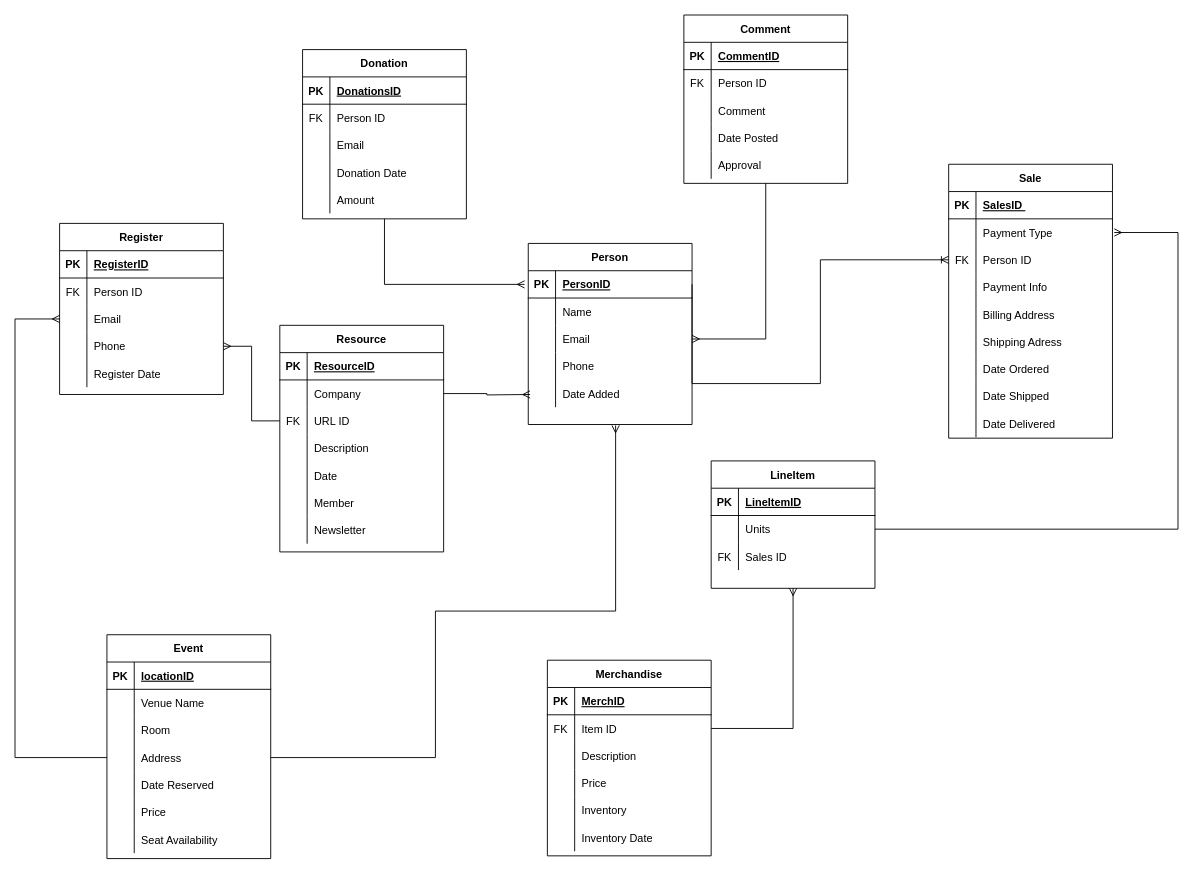
SemharGezai/Database- keeps this draw.io diagram as Climate Change Draft .drawio. Above is the earlier version. Source tidied: cells renumbered, new cells numbered last; positions are measured from the earlier drawing's top-left corner, leaving out a move shared by most shapes. Both pictures are drawn from the tidied source at 91%, with x=0, y=0 at pixel (15, 15).
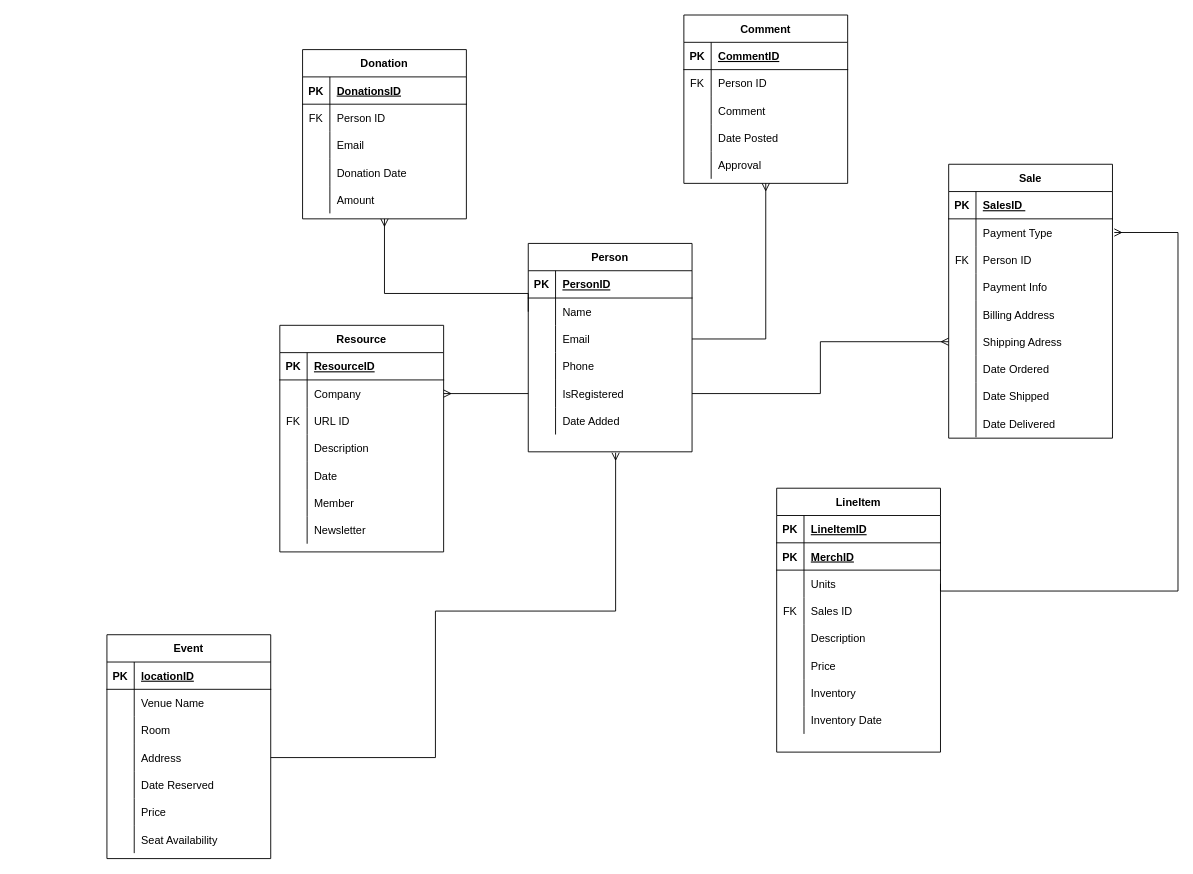
Above is the later version.

Unchanged cells that the change refers to:
```xml
<mxCell id="9" style="shape=tableRow;horizontal=0;startSize=0;swimlaneHead=0;swimlaneBody=0;fillColor=none;points=[[0,0.5],[1,0.5]];portConstraint=eastwest;top=0;left=0;right=0;bottom=0;" parent="2" vertex="1">
  <mxGeometry y="90" width="180" height="30" as="geometry" />
</mxCell>
<mxCell id="18" style="shape=tableRow;horizontal=0;startSize=0;swimlaneHead=0;swimlaneBody=0;fillColor=none;points=[[0,0.5],[1,0.5]];portConstraint=eastwest;top=0;left=0;right=0;bottom=0;" parent="2" vertex="1">
  <mxGeometry y="180" width="180" height="30" as="geometry" />
</mxCell>
<mxCell id="31" style="shape=tableRow;horizontal=0;startSize=0;swimlaneHead=0;swimlaneBody=0;fillColor=none;points=[[0,0.5],[1,0.5]];portConstraint=eastwest;top=0;left=0;right=0;bottom=1;strokeWidth=1;" parent="30" vertex="1">
  <mxGeometry y="30" width="180" height="30" as="geometry" />
</mxCell>
<mxCell id="34" style="shape=tableRow;horizontal=0;startSize=0;swimlaneHead=0;swimlaneBody=0;fillColor=none;points=[[0,0.5],[1,0.5]];portConstraint=eastwest;top=0;left=0;right=0;bottom=0;strokeWidth=1;" parent="30" vertex="1">
  <mxGeometry y="60" width="180" height="30" as="geometry" />
</mxCell>
<mxCell id="37" style="shape=tableRow;horizontal=0;startSize=0;swimlaneHead=0;swimlaneBody=0;fillColor=none;points=[[0,0.5],[1,0.5]];portConstraint=eastwest;top=0;left=0;right=0;bottom=0;strokeWidth=1;" parent="30" vertex="1">
  <mxGeometry y="90" width="180" height="30" as="geometry" />
</mxCell>
<mxCell id="46" value="Donation" style="shape=table;startSize=30;childLayout=tableLayout;rowLines=0;fontStyle=1;align=center;strokeWidth=1;" parent="1" vertex="1">
  <mxGeometry x="316" y="38" width="180" height="186" as="geometry" />
</mxCell>
<mxCell id="79" value="Comment" style="shape=table;startSize=30;childLayout=tableLayout;rowLines=0;fontStyle=1;align=center;strokeWidth=1;" parent="1" vertex="1">
  <mxGeometry x="735" width="180" height="185" as="geometry" />
</mxCell>
<mxCell id="99" style="shape=tableRow;horizontal=0;startSize=0;swimlaneHead=0;swimlaneBody=0;fillColor=none;points=[[0,0.5],[1,0.5]];portConstraint=eastwest;top=0;left=0;right=0;bottom=0;strokeWidth=1;" parent="95" vertex="1">
  <mxGeometry y="60" width="180" height="30" as="geometry" />
</mxCell>
<mxCell id="102" style="shape=tableRow;horizontal=0;startSize=0;swimlaneHead=0;swimlaneBody=0;fillColor=none;points=[[0,0.5],[1,0.5]];portConstraint=eastwest;top=0;left=0;right=0;bottom=0;strokeWidth=1;" parent="95" vertex="1">
  <mxGeometry y="90" width="180" height="30" as="geometry" />
</mxCell>
<mxCell id="127" style="shape=tableRow;horizontal=0;startSize=0;swimlaneHead=0;swimlaneBody=0;fillColor=none;points=[[0,0.5],[1,0.5]];portConstraint=eastwest;top=0;left=0;right=0;bottom=0;strokeWidth=1;" parent="117" vertex="1">
  <mxGeometry y="120" width="180" height="30" as="geometry" />
</mxCell>
```

The edit, as a diff of the source:
```diff
@@
     <mxCell id="30" value="Person" style="shape=table;startSize=30;childLayout=tableLayout;rowLines=0;fontStyle=1;align=center;strokeWidth=1;" parent="1" vertex="1">
-      <mxGeometry x="564" y="251" width="180" height="199" as="geometry" />
+      <mxGeometry x="564" y="251" width="180" height="229" as="geometry" />
     </mxCell>
@@
+    <mxCell id="75" style="shape=tableRow;horizontal=0;startSize=0;swimlaneHead=0;swimlaneBody=0;fillColor=none;points=[[0,0.5],[1,0.5]];portConstraint=eastwest;top=0;left=0;right=0;bottom=0;" parent="30" vertex="1">
+      <mxGeometry y="150" width="180" height="30" as="geometry" />
+    </mxCell>
+    <mxCell id="76" style="shape=partialRectangle;fillColor=none;top=0;left=0;bottom=0;right=0;overflow=hidden;" parent="75" vertex="1">
+      <mxGeometry width="30" height="30" as="geometry" />
+    </mxCell>
+    <mxCell id="177" value="IsRegistered" style="shape=partialRectangle;fillColor=none;top=0;left=0;bottom=0;right=0;align=left;spacingLeft=6;overflow=hidden;" parent="75" vertex="1">
+      <mxGeometry x="30" width="150" height="30" as="geometry" />
+    </mxCell>
     <mxCell id="43" style="shape=tableRow;horizontal=0;startSize=0;swimlaneHead=0;swimlaneBody=0;fillColor=none;top=0;left=0;right=0;bottom=0;" parent="30" vertex="1">
-      <mxGeometry y="150" width="180" height="30" as="geometry" />
+      <mxGeometry y="180" width="180" height="30" as="geometry" />
     </mxCell>
@@
-    <mxCell id="62" value="Register" style="shape=table;startSize=30;childLayout=tableLayout;rowLines=0;fontStyle=1;align=center;strokeWidth=1;" parent="1" vertex="1">
-      <mxGeometry x="49" y="229" width="180" height="188" as="geometry" />
-    </mxCell>
-    <mxCell id="63" style="shape=tableRow;horizontal=0;startSize=0;swimlaneHead=0;swimlaneBody=0;fillColor=none;top=0;left=0;right=0;bottom=1;strokeWidth=1;" parent="62" vertex="1">
-      <mxGeometry y="30" width="180" height="30" as="geometry" />
-    </mxCell>
-    <mxCell id="64" value="PK" style="shape=partialRectangle;fillColor=none;top=0;left=0;bottom=0;right=0;fontStyle=1;overflow=hidden;strokeWidth=1;" parent="63" vertex="1">
-      <mxGeometry width="30" height="30" as="geometry" />
-    </mxCell>
-    <mxCell id="65" value="RegisterID" style="shape=partialRectangle;fillColor=none;top=0;left=0;bottom=0;right=0;align=left;spacingLeft=6;fontStyle=5;overflow=hidden;strokeWidth=1;" parent="63" vertex="1">
-      <mxGeometry x="30" width="150" height="30" as="geometry" />
-    </mxCell>
-    <mxCell id="66" style="shape=tableRow;horizontal=0;startSize=0;swimlaneHead=0;swimlaneBody=0;fillColor=none;top=0;left=0;right=0;bottom=0;strokeWidth=1;" parent="62" vertex="1">
-      <mxGeometry y="60" width="180" height="30" as="geometry" />
-    </mxCell>
-    <mxCell id="67" value="FK" style="shape=partialRectangle;fillColor=none;top=0;left=0;bottom=0;right=0;overflow=hidden;strokeWidth=1;" parent="66" vertex="1">
-      <mxGeometry width="30" height="30" as="geometry" />
-    </mxCell>
-    <mxCell id="68" value="Person ID" style="shape=partialRectangle;fillColor=none;top=0;left=0;bottom=0;right=0;align=left;spacingLeft=6;overflow=hidden;strokeWidth=1;" parent="66" vertex="1">
-      <mxGeometry x="30" width="150" height="30" as="geometry" />
-    </mxCell>
-    <mxCell id="69" style="shape=tableRow;horizontal=0;startSize=0;swimlaneHead=0;swimlaneBody=0;fillColor=none;points=[[0,0.5],[1,0.5]];portConstraint=eastwest;top=0;left=0;right=0;bottom=0;strokeWidth=1;" parent="62" vertex="1">
-      <mxGeometry y="90" width="180" height="30" as="geometry" />
-    </mxCell>
-    <mxCell id="70" style="shape=partialRectangle;fillColor=none;top=0;left=0;bottom=0;right=0;overflow=hidden;strokeWidth=1;" parent="69" vertex="1">
-      <mxGeometry width="30" height="30" as="geometry" />
-    </mxCell>
-    <mxCell id="71" value="Email" style="shape=partialRectangle;fillColor=none;top=0;left=0;bottom=0;right=0;align=left;spacingLeft=6;overflow=hidden;strokeWidth=1;" parent="69" vertex="1">
-      <mxGeometry x="30" width="150" height="30" as="geometry" />
-    </mxCell>
-    <mxCell id="72" style="shape=tableRow;horizontal=0;startSize=0;swimlaneHead=0;swimlaneBody=0;fillColor=none;points=[[0,0.5],[1,0.5]];portConstraint=eastwest;top=0;left=0;right=0;bottom=0;strokeWidth=1;" parent="62" vertex="1">
-      <mxGeometry y="120" width="180" height="30" as="geometry" />
-    </mxCell>
-    <mxCell id="73" style="shape=partialRectangle;fillColor=none;top=0;left=0;bottom=0;right=0;overflow=hidden;strokeWidth=1;" parent="72" vertex="1">
-      <mxGeometry width="30" height="30" as="geometry" />
-    </mxCell>
-    <mxCell id="74" value="Phone" style="shape=partialRectangle;fillColor=none;top=0;left=0;bottom=0;right=0;align=left;spacingLeft=6;overflow=hidden;strokeWidth=1;" parent="72" vertex="1">
-      <mxGeometry x="30" width="150" height="30" as="geometry" />
-    </mxCell>
-    <mxCell id="75" style="shape=tableRow;horizontal=0;startSize=0;swimlaneHead=0;swimlaneBody=0;fillColor=none;points=[[0,0.5],[1,0.5]];portConstraint=eastwest;top=0;left=0;right=0;bottom=0;" parent="62" vertex="1">
-      <mxGeometry y="150" width="180" height="30" as="geometry" />
-    </mxCell>
-    <mxCell id="76" style="shape=partialRectangle;fillColor=none;top=0;left=0;bottom=0;right=0;overflow=hidden;" parent="75" vertex="1">
-      <mxGeometry width="30" height="30" as="geometry" />
-    </mxCell>
-    <mxCell id="77" value="Register Date " style="shape=partialRectangle;fillColor=none;top=0;left=0;bottom=0;right=0;align=left;spacingLeft=6;overflow=hidden;" parent="75" vertex="1">
-      <mxGeometry x="30" width="150" height="30" as="geometry" />
-    </mxCell>
-    <mxCell id="78" style="edgeStyle=orthogonalEdgeStyle;rounded=0;jettySize=auto;html=1;exitX=0.5;exitY=1;exitDx=0;exitDy=0;entryX=1;entryY=0.5;entryDx=0;entryDy=0;endArrow=ERmany;endFill=0;" parent="1" edge="1" source="79" target="37">
-      <mxGeometry relative="1" as="geometry" />
-    </mxCell>
@@
-    <mxCell id="139" value="Merchandise" style="shape=table;startSize=30;childLayout=tableLayout;rowLines=0;fontStyle=1;align=center;strokeWidth=1;" parent="1" vertex="1">
-      <mxGeometry x="585" y="709" width="180" height="215" as="geometry" />
-    </mxCell>
+    <mxCell id="158" value="LineItem" style="shape=table;startSize=30;childLayout=tableLayout;rowLines=0;fontStyle=1;align=center;strokeWidth=1;" parent="1" vertex="1">
+      <mxGeometry x="837" y="520" width="180" height="290" as="geometry" />
+    </mxCell>
+    <mxCell id="159" style="shape=tableRow;horizontal=0;startSize=0;swimlaneHead=0;swimlaneBody=0;fillColor=none;top=0;left=0;right=0;bottom=1;strokeWidth=1;" parent="158" vertex="1">
+      <mxGeometry y="30" width="180" height="30" as="geometry" />
+    </mxCell>
+    <mxCell id="160" value="PK" style="shape=partialRectangle;fillColor=none;top=0;left=0;bottom=0;right=0;fontStyle=1;overflow=hidden;strokeWidth=1;" parent="159" vertex="1">
+      <mxGeometry width="30" height="30" as="geometry" />
+    </mxCell>
+    <mxCell id="161" value="LineItemID" style="shape=partialRectangle;fillColor=none;top=0;left=0;bottom=0;right=0;align=left;spacingLeft=6;fontStyle=5;overflow=hidden;strokeWidth=1;" parent="159" vertex="1">
+      <mxGeometry x="30" width="150" height="30" as="geometry" />
+    </mxCell>
-    <mxCell id="140" style="shape=tableRow;horizontal=0;startSize=0;swimlaneHead=0;swimlaneBody=0;fillColor=none;top=0;left=0;right=0;bottom=1;strokeWidth=1;" parent="139" vertex="1">
-      <mxGeometry y="30" width="180" height="30" as="geometry" />
+    <mxCell id="140" style="shape=tableRow;horizontal=0;startSize=0;swimlaneHead=0;swimlaneBody=0;fillColor=none;top=0;left=0;right=0;bottom=1;strokeWidth=1;" parent="158" vertex="1">
+      <mxGeometry y="60" width="180" height="30" as="geometry" />
     </mxCell>
@@
-    <mxCell id="143" style="shape=tableRow;horizontal=0;startSize=0;swimlaneHead=0;swimlaneBody=0;fillColor=none;points=[[0,0.5],[1,0.5]];portConstraint=eastwest;top=0;left=0;right=0;bottom=0;strokeWidth=1;" parent="139" vertex="1">
-      <mxGeometry y="60" width="180" height="30" as="geometry" />
-    </mxCell>
-    <mxCell id="144" value="FK" style="shape=partialRectangle;fillColor=none;top=0;left=0;bottom=0;right=0;overflow=hidden;strokeWidth=1;" parent="143" vertex="1">
-      <mxGeometry width="30" height="30" as="geometry" />
-    </mxCell>
-    <mxCell id="145" value="Item ID" style="shape=partialRectangle;fillColor=none;top=0;left=0;bottom=0;right=0;align=left;spacingLeft=6;overflow=hidden;strokeWidth=1;" parent="143" vertex="1">
-      <mxGeometry x="30" width="150" height="30" as="geometry" />
-    </mxCell>
+    <mxCell id="162" style="shape=tableRow;horizontal=0;startSize=0;swimlaneHead=0;swimlaneBody=0;fillColor=none;points=[[0,0.5],[1,0.5]];portConstraint=eastwest;top=0;left=0;right=0;bottom=0;strokeWidth=1;" parent="158" vertex="1">
+      <mxGeometry y="90" width="180" height="30" as="geometry" />
+    </mxCell>
+    <mxCell id="163" style="shape=partialRectangle;fillColor=none;top=0;left=0;bottom=0;right=0;overflow=hidden;strokeWidth=1;" parent="162" vertex="1">
+      <mxGeometry width="30" height="30" as="geometry" />
+    </mxCell>
+    <mxCell id="164" value="Units " style="shape=partialRectangle;fillColor=none;top=0;left=0;bottom=0;right=0;align=left;spacingLeft=6;overflow=hidden;strokeWidth=1;" parent="162" vertex="1">
+      <mxGeometry x="30" width="150" height="30" as="geometry" />
+    </mxCell>
+    <mxCell id="165" style="shape=tableRow;horizontal=0;startSize=0;swimlaneHead=0;swimlaneBody=0;fillColor=none;top=0;left=0;right=0;bottom=0;" parent="158" vertex="1">
+      <mxGeometry y="120" width="180" height="30" as="geometry" />
+    </mxCell>
+    <mxCell id="166" value="FK" style="shape=partialRectangle;fillColor=none;top=0;left=0;bottom=0;right=0;overflow=hidden;" parent="165" vertex="1">
+      <mxGeometry width="30" height="30" as="geometry" />
+    </mxCell>
+    <mxCell id="167" value="Sales ID" style="shape=partialRectangle;fillColor=none;top=0;left=0;bottom=0;right=0;align=left;spacingLeft=6;overflow=hidden;" parent="165" vertex="1">
+      <mxGeometry x="30" width="150" height="30" as="geometry" />
+    </mxCell>
-    <mxCell id="146" style="shape=tableRow;horizontal=0;startSize=0;swimlaneHead=0;swimlaneBody=0;fillColor=none;top=0;left=0;right=0;bottom=0;strokeWidth=1;" parent="139" vertex="1">
-      <mxGeometry y="90" width="180" height="30" as="geometry" />
+    <mxCell id="146" style="shape=tableRow;horizontal=0;startSize=0;swimlaneHead=0;swimlaneBody=0;fillColor=none;top=0;left=0;right=0;bottom=0;strokeWidth=1;" parent="158" vertex="1">
+      <mxGeometry y="150" width="180" height="30" as="geometry" />
     </mxCell>
@@
-    <mxCell id="149" style="shape=tableRow;horizontal=0;startSize=0;swimlaneHead=0;swimlaneBody=0;fillColor=none;points=[[0,0.5],[1,0.5]];portConstraint=eastwest;top=0;left=0;right=0;bottom=0;strokeWidth=1;" parent="139" vertex="1">
-      <mxGeometry y="120" width="180" height="30" as="geometry" />
+    <mxCell id="149" style="shape=tableRow;horizontal=0;startSize=0;swimlaneHead=0;swimlaneBody=0;fillColor=none;points=[[0,0.5],[1,0.5]];portConstraint=eastwest;top=0;left=0;right=0;bottom=0;strokeWidth=1;" parent="158" vertex="1">
+      <mxGeometry y="180" width="180" height="30" as="geometry" />
     </mxCell>
@@
-    <mxCell id="152" style="shape=tableRow;horizontal=0;startSize=0;swimlaneHead=0;swimlaneBody=0;fillColor=none;top=0;left=0;right=0;bottom=0;" parent="139" vertex="1">
-      <mxGeometry y="150" width="180" height="30" as="geometry" />
+    <mxCell id="152" style="shape=tableRow;horizontal=0;startSize=0;swimlaneHead=0;swimlaneBody=0;fillColor=none;top=0;left=0;right=0;bottom=0;" parent="158" vertex="1">
+      <mxGeometry y="210" width="180" height="30" as="geometry" />
     </mxCell>
@@
-    <mxCell id="155" style="shape=tableRow;horizontal=0;startSize=0;swimlaneHead=0;swimlaneBody=0;fillColor=none;top=0;left=0;right=0;bottom=0;" parent="139" vertex="1">
-      <mxGeometry y="180" width="180" height="30" as="geometry" />
+    <mxCell id="155" style="shape=tableRow;horizontal=0;startSize=0;swimlaneHead=0;swimlaneBody=0;fillColor=none;top=0;left=0;right=0;bottom=0;" parent="158" vertex="1">
+      <mxGeometry y="240" width="180" height="30" as="geometry" />
     </mxCell>
@@
-    <mxCell id="158" value="LineItem" style="shape=table;startSize=30;childLayout=tableLayout;rowLines=0;fontStyle=1;align=center;strokeWidth=1;" parent="1" vertex="1">
-      <mxGeometry x="765" y="490" width="180" height="140" as="geometry" />
-    </mxCell>
-    <mxCell id="159" style="shape=tableRow;horizontal=0;startSize=0;swimlaneHead=0;swimlaneBody=0;fillColor=none;top=0;left=0;right=0;bottom=1;strokeWidth=1;" parent="158" vertex="1">
-      <mxGeometry y="30" width="180" height="30" as="geometry" />
-    </mxCell>
-    <mxCell id="160" value="PK" style="shape=partialRectangle;fillColor=none;top=0;left=0;bottom=0;right=0;fontStyle=1;overflow=hidden;strokeWidth=1;" parent="159" vertex="1">
-      <mxGeometry width="30" height="30" as="geometry" />
-    </mxCell>
-    <mxCell id="161" value="LineItemID" style="shape=partialRectangle;fillColor=none;top=0;left=0;bottom=0;right=0;align=left;spacingLeft=6;fontStyle=5;overflow=hidden;strokeWidth=1;" parent="159" vertex="1">
-      <mxGeometry x="30" width="150" height="30" as="geometry" />
-    </mxCell>
-    <mxCell id="162" style="shape=tableRow;horizontal=0;startSize=0;swimlaneHead=0;swimlaneBody=0;fillColor=none;points=[[0,0.5],[1,0.5]];portConstraint=eastwest;top=0;left=0;right=0;bottom=0;strokeWidth=1;" parent="158" vertex="1">
-      <mxGeometry y="60" width="180" height="30" as="geometry" />
-    </mxCell>
-    <mxCell id="163" style="shape=partialRectangle;fillColor=none;top=0;left=0;bottom=0;right=0;overflow=hidden;strokeWidth=1;" parent="162" vertex="1">
-      <mxGeometry width="30" height="30" as="geometry" />
-    </mxCell>
-    <mxCell id="164" value="Units " style="shape=partialRectangle;fillColor=none;top=0;left=0;bottom=0;right=0;align=left;spacingLeft=6;overflow=hidden;strokeWidth=1;" parent="162" vertex="1">
-      <mxGeometry x="30" width="150" height="30" as="geometry" />
-    </mxCell>
-    <mxCell id="165" style="shape=tableRow;horizontal=0;startSize=0;swimlaneHead=0;swimlaneBody=0;fillColor=none;top=0;left=0;right=0;bottom=0;" parent="158" vertex="1">
-      <mxGeometry y="90" width="180" height="30" as="geometry" />
-    </mxCell>
-    <mxCell id="166" value="FK" style="shape=partialRectangle;fillColor=none;top=0;left=0;bottom=0;right=0;overflow=hidden;" parent="165" vertex="1">
-      <mxGeometry width="30" height="30" as="geometry" />
-    </mxCell>
-    <mxCell id="167" value="Sales ID" style="shape=partialRectangle;fillColor=none;top=0;left=0;bottom=0;right=0;align=left;spacingLeft=6;overflow=hidden;" parent="165" vertex="1">
-      <mxGeometry x="30" width="150" height="30" as="geometry" />
-    </mxCell>
-    <mxCell id="168" style="edgeStyle=orthogonalEdgeStyle;rounded=0;jettySize=auto;html=1;exitX=0;exitY=0.5;exitDx=0;exitDy=0;entryX=1;entryY=0.5;entryDx=0;entryDy=0;endArrow=ERmany;endFill=0;" parent="1" edge="1" source="102" target="72">
-      <mxGeometry relative="1" as="geometry" />
-    </mxCell>
-    <mxCell id="169" style="edgeStyle=orthogonalEdgeStyle;rounded=0;jettySize=auto;html=1;exitX=0;exitY=0.5;exitDx=0;exitDy=0;entryX=0;entryY=0.5;entryDx=0;entryDy=0;endArrow=ERmany;endFill=0;" parent="1" edge="1" source="127" target="69">
-      <mxGeometry relative="1" as="geometry">
-        <Array as="points">
-          <mxPoint y="816" />
-          <mxPoint y="334" />
-        </Array>
-      </mxGeometry>
-    </mxCell>
-    <mxCell id="170" style="edgeStyle=orthogonalEdgeStyle;rounded=0;jettySize=auto;html=1;exitX=1;exitY=0.5;exitDx=0;exitDy=0;endArrow=ERmany;endFill=0;" parent="1" edge="1" source="99">
-      <mxGeometry relative="1" as="geometry">
-        <mxPoint x="566" y="417" as="targetPoint" />
-      </mxGeometry>
-    </mxCell>
-    <mxCell id="171" style="edgeStyle=orthogonalEdgeStyle;rounded=0;jettySize=auto;html=1;exitX=0.5;exitY=1;exitDx=0;exitDy=0;endArrow=ERmany;endFill=0;" parent="1" edge="1" source="46">
-      <mxGeometry relative="1" as="geometry">
-        <mxPoint x="560" y="296" as="targetPoint" />
-        <Array as="points">
-          <mxPoint x="406" y="296" />
-        </Array>
-      </mxGeometry>
-    </mxCell>
-    <mxCell id="172" style="edgeStyle=orthogonalEdgeStyle;rounded=0;jettySize=auto;html=1;exitX=1;exitY=0.5;exitDx=0;exitDy=0;entryX=0.5;entryY=1;entryDx=0;entryDy=0;endArrow=ERmany;endFill=0;" parent="1" edge="1" source="143" target="158">
-      <mxGeometry relative="1" as="geometry" />
-    </mxCell>
     <mxCell id="173" style="edgeStyle=orthogonalEdgeStyle;rounded=0;jettySize=auto;html=1;exitX=1;exitY=0.5;exitDx=0;exitDy=0;endArrow=ERmany;endFill=0;" parent="1" edge="1" source="162">
       <mxGeometry relative="1" as="geometry">
         <mxPoint x="1208" y="239" as="targetPoint" />
         <Array as="points">
-          <mxPoint x="1278" y="565" />
+          <mxPoint x="1017" y="633" />
+          <mxPoint x="1278" y="633" />
           <mxPoint x="1278" y="239" />
         </Array>
       </mxGeometry>
     </mxCell>
@@
     <mxCell id="175" style="edgeStyle=orthogonalEdgeStyle;rounded=0;jettySize=auto;html=1;exitX=1;exitY=0.5;exitDx=0;exitDy=0;endArrow=ERmany;endFill=0;" parent="1" edge="1" source="127">
       <mxGeometry relative="1" as="geometry">
-        <mxPoint x="660" y="451" as="targetPoint" />
+        <mxPoint x="660" y="481" as="targetPoint" />
         <Array as="points">
           <mxPoint x="462" y="816" />
           <mxPoint x="462" y="655" />
           <mxPoint x="660" y="655" />
         </Array>
       </mxGeometry>
     </mxCell>
-    <mxCell id="176" style="edgeStyle=orthogonalEdgeStyle;rounded=0;jettySize=auto;html=1;exitX=1;exitY=0.5;exitDx=0;exitDy=0;entryX=0;entryY=0.5;entryDx=0;entryDy=0;endArrow=ERoneToMany;endFill=0;" parent="1" edge="1" source="31" target="9">
-      <mxGeometry relative="1" as="geometry">
-        <Array as="points">
-          <mxPoint x="744" y="405" />
-          <mxPoint x="885" y="405" />
-          <mxPoint x="885" y="269" />
-        </Array>
-      </mxGeometry>
-    </mxCell>
+    <mxCell id="178" style="edgeStyle=orthogonalEdgeStyle;rounded=0;jettySize=auto;html=1;exitX=0;exitY=0.5;exitDx=0;exitDy=0;entryX=1;entryY=0.5;entryDx=0;entryDy=0;endArrow=ERmany;endFill=0;" parent="1" edge="1" source="75" target="99">
+      <mxGeometry relative="1" as="geometry" />
+    </mxCell>
+    <mxCell id="179" style="edgeStyle=orthogonalEdgeStyle;rounded=0;jettySize=auto;html=1;exitX=1;exitY=0.5;exitDx=0;exitDy=0;entryX=0;entryY=0.5;entryDx=0;entryDy=0;endArrow=ERmany;endFill=0;" parent="1" edge="1" source="75" target="18">
+      <mxGeometry relative="1" as="geometry" />
+    </mxCell>
+    <mxCell id="180" style="edgeStyle=orthogonalEdgeStyle;rounded=0;jettySize=auto;html=1;exitX=1;exitY=0.5;exitDx=0;exitDy=0;entryX=0.5;entryY=1;entryDx=0;entryDy=0;endArrow=ERmany;endFill=0;" parent="1" edge="1" source="37" target="79">
+      <mxGeometry relative="1" as="geometry" />
+    </mxCell>
+    <mxCell id="181" style="edgeStyle=orthogonalEdgeStyle;rounded=0;jettySize=auto;html=1;exitX=0;exitY=0.5;exitDx=0;exitDy=0;entryX=0.5;entryY=1;entryDx=0;entryDy=0;endArrow=ERmany;endFill=0;" parent="1" edge="1" source="34" target="46">
+      <mxGeometry relative="1" as="geometry">
+        <Array as="points">
+          <mxPoint x="564" y="306" />
+          <mxPoint x="406" y="306" />
+        </Array>
+      </mxGeometry>
+    </mxCell>
```
